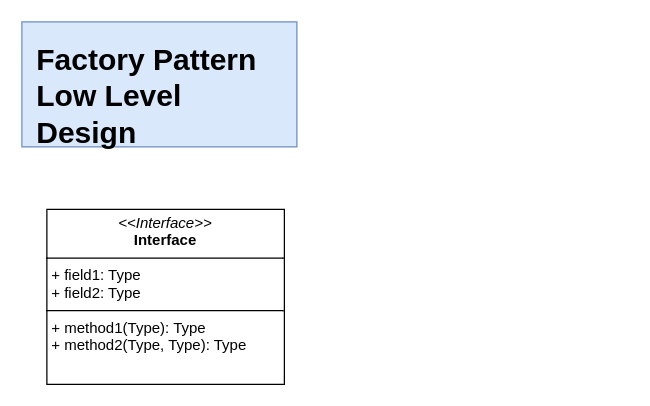
Earlier version of the draw.io diagram VideoGameApp.drawio (uchiharizvi/design-diagrams). Source tidied: cells renumbered, new cells numbered last; positions are measured from the earlier drawing's top-left corner, leaving out a move shared by most shapes. Both pictures are drawn from the tidied source at 125%, with x=0, y=0 at pixel (21, 21).
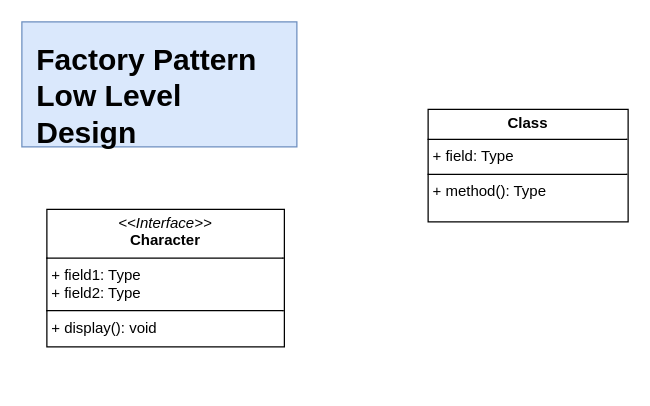
After the change.

The edit, as a diff of the source:
```diff
@@
 <mxGraphModel>
   <root>
     <mxCell id="0" />
     <mxCell id="1" parent="0" />
     <mxCell id="2" style="rounded=0;whiteSpace=wrap;html=1;fillColor=#dae8fc;strokeColor=#6c8ebf;" parent="1" vertex="1">
       <mxGeometry width="220" height="100" as="geometry" />
     </mxCell>
     <mxCell id="3" value="&lt;h1 style=&quot;margin-top: 0px;&quot;&gt;Factory Pattern Low Level Design&lt;/h1&gt;&lt;p&gt;&lt;br&gt;&lt;/p&gt;" style="text;html=1;whiteSpace=wrap;overflow=hidden;rounded=0;" parent="1" vertex="1">
       <mxGeometry x="10" y="10" width="180" height="90" as="geometry" />
     </mxCell>
-    <mxCell id="4" value="&lt;p style=&quot;margin:0px;margin-top:4px;text-align:center;&quot;&gt;&lt;i&gt;&amp;lt;&amp;lt;Interface&amp;gt;&amp;gt;&lt;/i&gt;&lt;br/&gt;&lt;b&gt;Interface&lt;/b&gt;&lt;/p&gt;&lt;hr size=&quot;1&quot; style=&quot;border-style:solid;&quot;/&gt;&lt;p style=&quot;margin:0px;margin-left:4px;&quot;&gt;+ field1: Type&lt;br/&gt;+ field2: Type&lt;/p&gt;&lt;hr size=&quot;1&quot; style=&quot;border-style:solid;&quot;/&gt;&lt;p style=&quot;margin:0px;margin-left:4px;&quot;&gt;+ method1(Type): Type&lt;br/&gt;+ method2(Type, Type): Type&lt;/p&gt;" style="verticalAlign=top;align=left;overflow=fill;html=1;whiteSpace=wrap;" parent="1" vertex="1">
-      <mxGeometry x="20" y="150" width="190" height="140" as="geometry" />
+    <mxCell id="4" value="&lt;p style=&quot;margin:0px;margin-top:4px;text-align:center;&quot;&gt;&lt;i&gt;&amp;lt;&amp;lt;Interface&amp;gt;&amp;gt;&lt;/i&gt;&lt;br&gt;&lt;b&gt;Character&lt;/b&gt;&lt;/p&gt;&lt;hr size=&quot;1&quot; style=&quot;border-style:solid;&quot;&gt;&lt;p style=&quot;margin:0px;margin-left:4px;&quot;&gt;+ field1: Type&lt;br&gt;+ field2: Type&lt;/p&gt;&lt;hr size=&quot;1&quot; style=&quot;border-style:solid;&quot;&gt;&lt;p style=&quot;margin:0px;margin-left:4px;&quot;&gt;+ display(): void&lt;br&gt;&lt;/p&gt;" style="verticalAlign=top;align=left;overflow=fill;html=1;whiteSpace=wrap;" parent="1" vertex="1">
+      <mxGeometry x="20" y="150" width="190" height="110" as="geometry" />
     </mxCell>
+    <mxCell id="5" value="&lt;p style=&quot;margin:0px;margin-top:4px;text-align:center;&quot;&gt;&lt;b&gt;Class&lt;/b&gt;&lt;/p&gt;&lt;hr size=&quot;1&quot; style=&quot;border-style:solid;&quot;/&gt;&lt;p style=&quot;margin:0px;margin-left:4px;&quot;&gt;+ field: Type&lt;/p&gt;&lt;hr size=&quot;1&quot; style=&quot;border-style:solid;&quot;/&gt;&lt;p style=&quot;margin:0px;margin-left:4px;&quot;&gt;+ method(): Type&lt;/p&gt;" style="verticalAlign=top;align=left;overflow=fill;html=1;whiteSpace=wrap;" parent="1" vertex="1">
+      <mxGeometry x="325" y="70" width="160" height="90" as="geometry" />
+    </mxCell>
   </root>
 </mxGraphModel>
```
